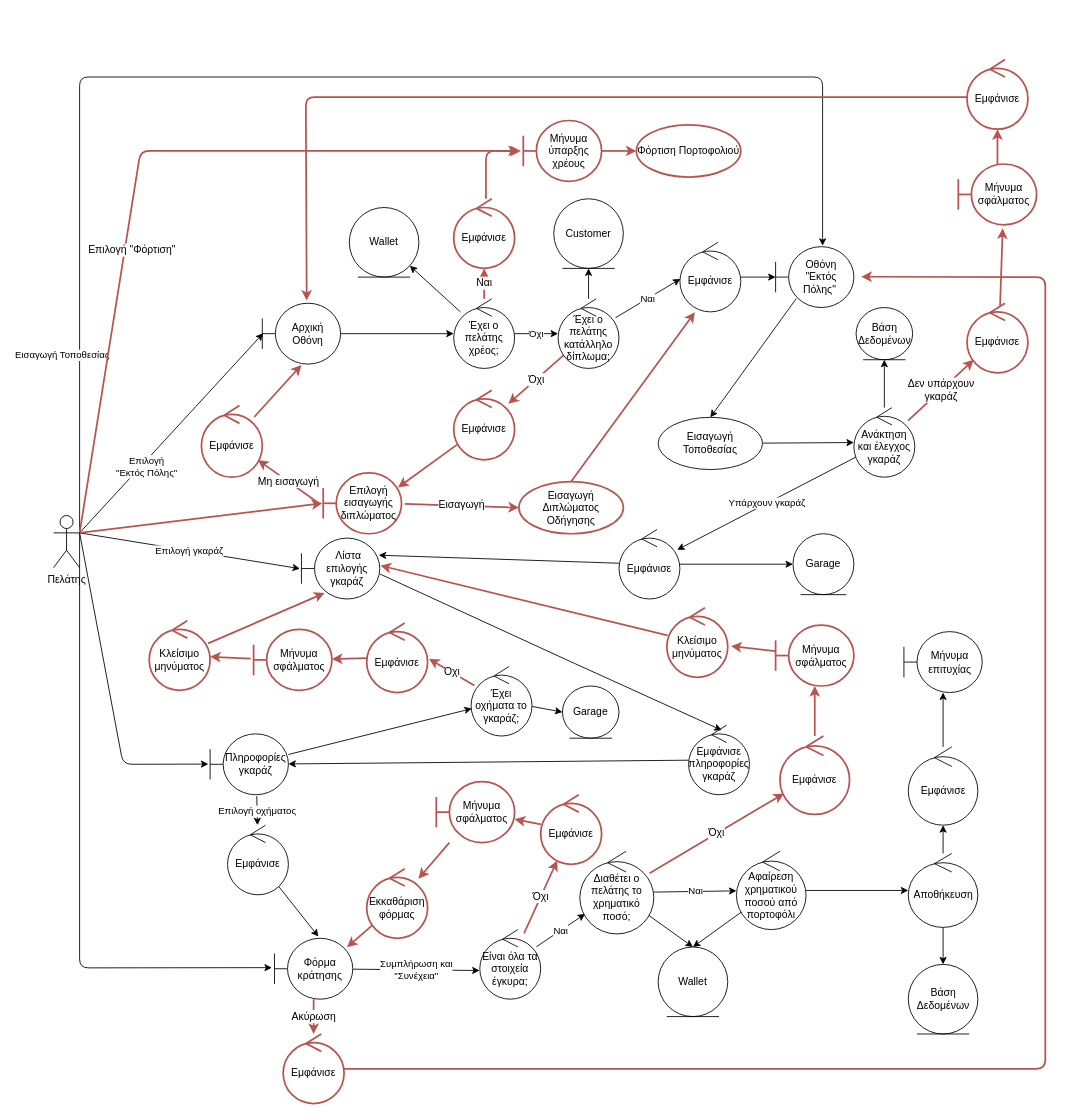
Nikolis2002/texnoligia_logismikou keeps this draw.io diagram as Part_2/Robustness/diagrams/11_Βραχυπρόθεσμο_Ταξίδι.drawio. Above is the earlier version. Source tidied: cells renumbered, new cells numbered last; positions are measured from the earlier drawing's top-left corner, leaving out a move shared by most shapes. Both pictures are drawn from the tidied source at 87%, with x=0, y=0 at pixel (53, 59).
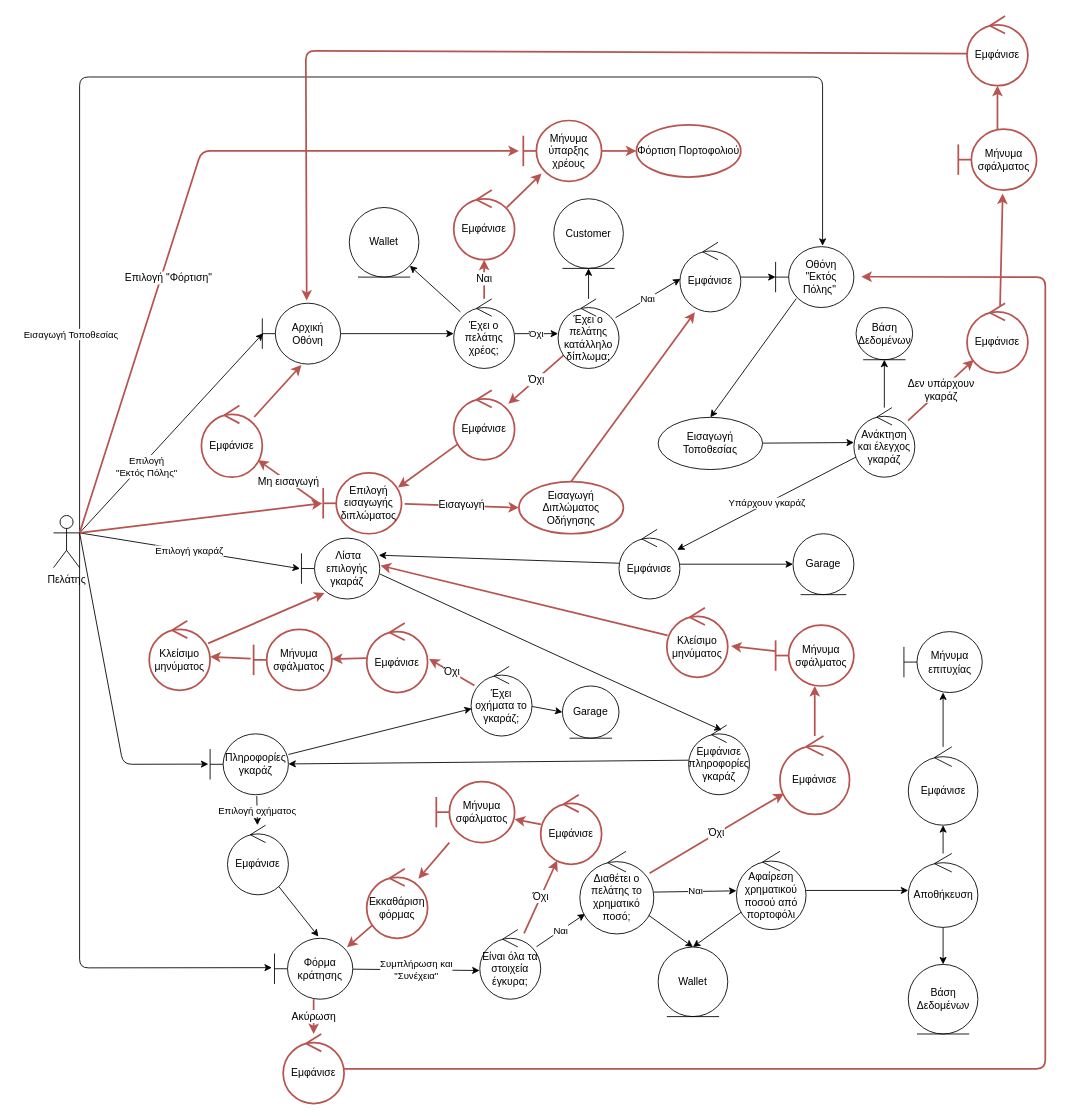
After the change.

Unchanged cells that the change refers to:
```xml
<mxCell id="9" value="Πελάτης" style="shape=umlActor;verticalLabelPosition=bottom;verticalAlign=top;html=1;" parent="1" vertex="1">
  <mxGeometry y="524" width="30" height="60" as="geometry" />
</mxCell>
<mxCell id="11" value="Αρχική Οθόνη" style="shape=umlBoundary;whiteSpace=wrap;html=1;" parent="1" vertex="1">
  <mxGeometry x="240" y="280" width="90" height="70" as="geometry" />
</mxCell>
<mxCell id="63" value="Μήνυμα ύπαρξης χρέους" style="shape=umlBoundary;whiteSpace=wrap;html=1;fillColor=none;strokeColor=#b85450;strokeWidth=2;" parent="1" vertex="1">
  <mxGeometry x="540" y="70" width="90" height="70" as="geometry" />
</mxCell>
<mxCell id="81" value="Οθόνη &quot;Εκτός Πόλης&quot;&amp;nbsp;" style="shape=umlBoundary;whiteSpace=wrap;html=1;fillColor=default;strokeColor=default;strokeWidth=1;fontColor=default;" parent="1" vertex="1">
  <mxGeometry x="830" y="215" width="90" height="70" as="geometry" />
</mxCell>
```

Diff of the diagram source:
```diff
@@
     <mxCell id="7" value="Εισαγωγή Τοποθεσίας" style="edgeStyle=none;html=1;entryX=0.6;entryY=-0.014;entryDx=0;entryDy=0;entryPerimeter=0;exitX=1;exitY=0.3333333333333333;exitDx=0;exitDy=0;exitPerimeter=0;" parent="1" edge="1" source="9" target="81">
-      <mxGeometry x="-0.74" y="20" relative="1" as="geometry">
+      <mxGeometry x="-0.71" y="10" relative="1" as="geometry">
         <Array as="points">
           <mxPoint x="30" y="20" />
           <mxPoint x="884" y="20" />
         </Array>
       </mxGeometry>
     </mxCell>
     <mxCell id="8" value="Επιλογή &quot;Φόρτιση&quot;" style="edgeStyle=none;html=1;exitX=1;exitY=0.3333333333333333;exitDx=0;exitDy=0;exitPerimeter=0;entryX=-0.056;entryY=0.5;entryDx=0;entryDy=0;entryPerimeter=0;fontSize=12;strokeColor=#b85450;fillColor=default;strokeWidth=2;" parent="1" edge="1" source="9" target="63">
       <mxGeometry x="-0.25" y="-8" relative="1" as="geometry">
         <Array as="points">
-          <mxPoint x="100" y="105" />
+          <mxPoint x="170" y="105" />
         </Array>
       </mxGeometry>
     </mxCell>
@@
-    <mxCell id="60" style="edgeStyle=none;html=1;entryX=-0.03;entryY=0.502;entryDx=0;entryDy=0;entryPerimeter=0;fontSize=12;fillColor=default;strokeColor=#b85450;strokeWidth=2;exitX=0.529;exitY=0;exitDx=0;exitDy=0;exitPerimeter=0;" parent="1" edge="1" source="61" target="63">
-      <mxGeometry relative="1" as="geometry">
-        <Array as="points">
-          <mxPoint x="497" y="105" />
-        </Array>
-      </mxGeometry>
+    <mxCell id="60" style="edgeStyle=none;html=1;entryX=0.233;entryY=0.871;entryDx=0;entryDy=0;entryPerimeter=0;fontSize=12;fillColor=default;strokeColor=#b85450;strokeWidth=2;exitX=0.871;exitY=0.25;exitDx=0;exitDy=0;exitPerimeter=0;" parent="1" edge="1" source="61" target="63">
+      <mxGeometry relative="1" as="geometry" />
     </mxCell>
     <mxCell id="61" value="Εμφάνισε" style="ellipse;shape=umlControl;whiteSpace=wrap;html=1;fillColor=default;strokeColor=#b85450;strokeWidth=2;" parent="1" vertex="1">
-      <mxGeometry x="460" y="160" width="70" height="80" as="geometry" />
+      <mxGeometry x="460" y="150" width="70" height="80" as="geometry" />
     </mxCell>
@@
     <mxCell id="73" style="edgeStyle=none;html=1;exitX=0.014;exitY=0.538;exitDx=0;exitDy=0;exitPerimeter=0;fontSize=12;fillColor=default;strokeColor=#b85450;strokeWidth=2;entryX=0.567;entryY=-0.043;entryDx=0;entryDy=0;entryPerimeter=0;" parent="1" edge="1" source="78" target="11">
       <mxGeometry relative="1" as="geometry">
         <Array as="points">
-          <mxPoint x="290" y="43" />
+          <mxPoint x="290" y="-10" />
         </Array>
       </mxGeometry>
     </mxCell>
@@
     <mxCell id="77" value="Μήνυμα σφάλματος" style="shape=umlBoundary;whiteSpace=wrap;html=1;fillColor=none;strokeColor=#b85450;strokeWidth=2;" parent="1" vertex="1">
-      <mxGeometry x="1040" y="120" width="90" height="70" as="geometry" />
+      <mxGeometry x="1040" y="80" width="90" height="70" as="geometry" />
     </mxCell>
     <mxCell id="78" value="Εμφάνισε" style="ellipse;shape=umlControl;whiteSpace=wrap;html=1;strokeColor=#b85450;strokeWidth=2;" parent="1" vertex="1">
-      <mxGeometry x="1050" width="70" height="80" as="geometry" />
+      <mxGeometry x="1050" y="-50" width="70" height="80" as="geometry" />
     </mxCell>
```
